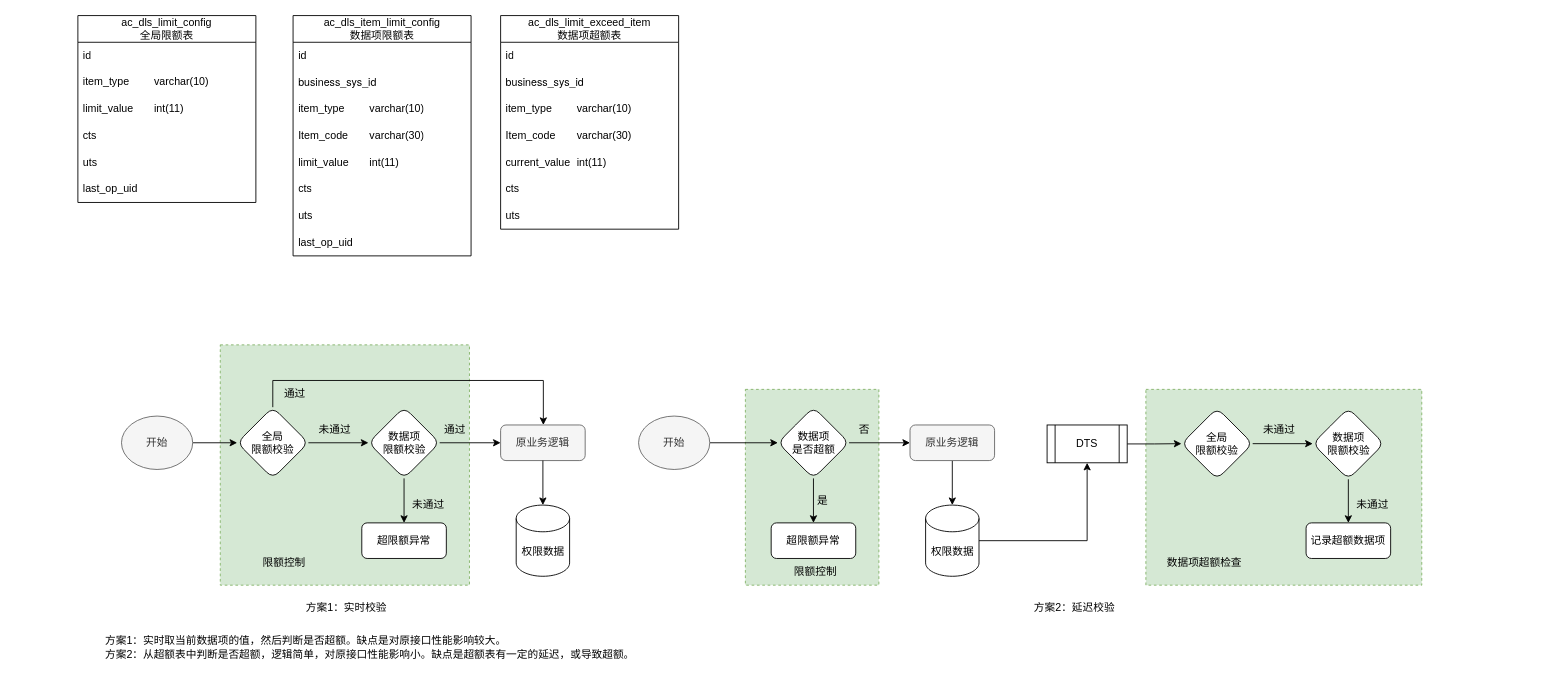
Earlier version of the draw.io diagram 限额模块.drawio (yamilinqh/spicedb). Source tidied: cells renumbered, new cells numbered last; positions are measured from the earlier drawing's top-left corner, leaving out a move shared by most shapes. Both pictures are drawn from the tidied source at 89%, with x=0, y=0 at pixel (77, 15).
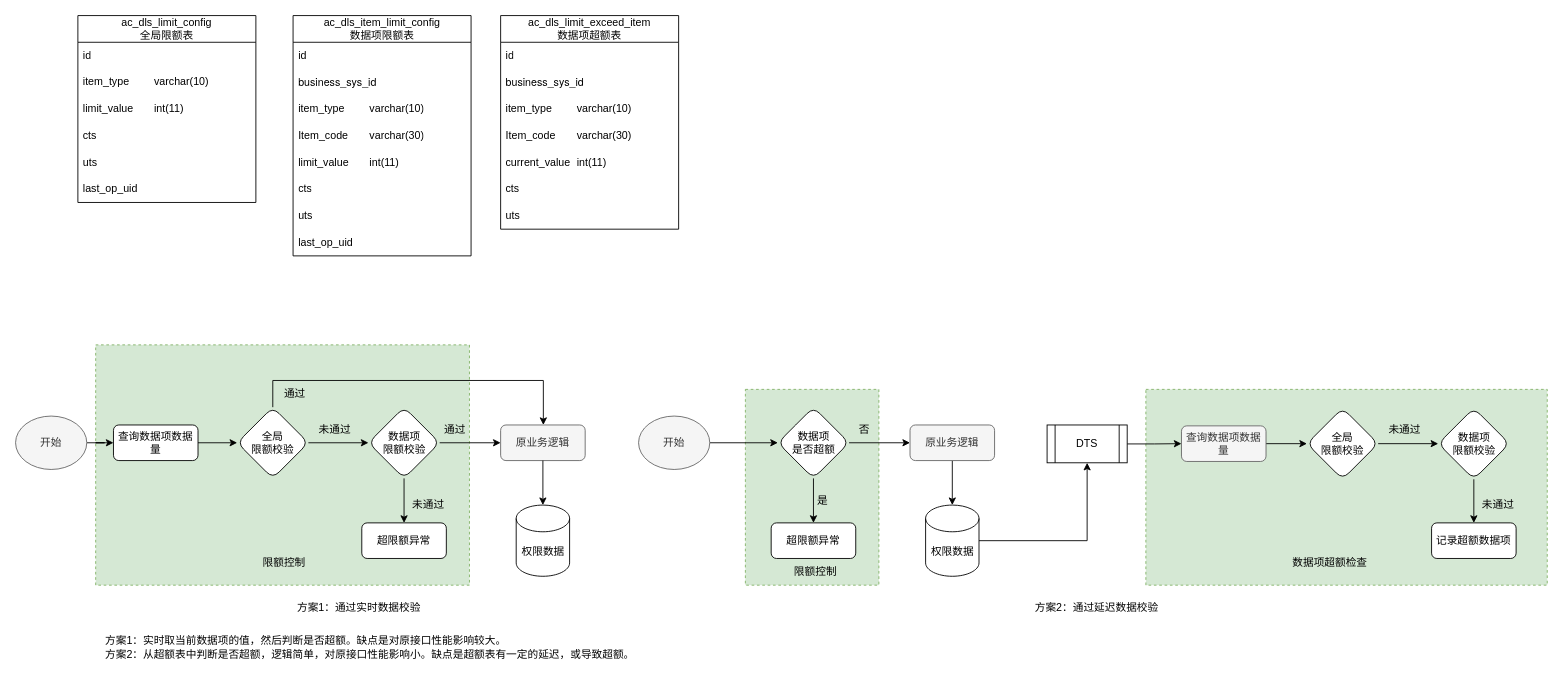
After the change.

Unchanged cells that the change refers to:
```xml
<mxCell id="22" value="全局&lt;br&gt;限额校验" style="rhombus;whiteSpace=wrap;html=1;rounded=1;" parent="1" vertex="1">
  <mxGeometry x="179" y="440" width="80" height="80" as="geometry" />
</mxCell>
<mxCell id="60" value="DTS" style="shape=process;whiteSpace=wrap;html=1;backgroundOutline=1;" parent="1" vertex="1">
  <mxGeometry x="1089" y="460" width="90" height="42.5" as="geometry" />
</mxCell>
```

What changed in the source:
```diff
@@
     <mxCell id="2" style="rounded=0;whiteSpace=wrap;html=1;dashed=1;fillColor=#d5e8d4;strokeColor=#82b366;" parent="1" vertex="1">
-      <mxGeometry x="1200" y="420" width="310" height="220" as="geometry" />
+      <mxGeometry x="1200" y="420" width="451" height="220" as="geometry" />
     </mxCell>
     <mxCell id="3" style="rounded=0;whiteSpace=wrap;html=1;dashed=1;fillColor=#d5e8d4;strokeColor=#82b366;" parent="1" vertex="1">
-      <mxGeometry x="160" y="370" width="280" height="270" as="geometry" />
+      <mxGeometry x="20" y="370" width="420" height="270" as="geometry" />
     </mxCell>
@@
-    <mxCell id="32" style="edgeStyle=orthogonalEdgeStyle;rounded=0;jettySize=auto;html=1;" parent="1" edge="1" source="33" target="22">
+    <mxCell id="32" style="edgeStyle=orthogonalEdgeStyle;rounded=0;jettySize=auto;html=1;" parent="1" edge="1" source="33" target="74">
       <mxGeometry relative="1" as="geometry" />
     </mxCell>
     <mxCell id="33" value="开始" style="ellipse;whiteSpace=wrap;html=1;fillColor=#f5f5f5;strokeColor=#666666;fontColor=#333333;" parent="1" vertex="1">
-      <mxGeometry x="49" y="450" width="80" height="60" as="geometry" />
+      <mxGeometry x="-70" y="450" width="80" height="60" as="geometry" />
     </mxCell>
@@
-    <mxCell id="54" value="方案1：实时校验" style="text;html=1;align=center;verticalAlign=middle;whiteSpace=wrap;rounded=0;" parent="1" vertex="1">
-      <mxGeometry x="241.8" y="650" width="120" height="30" as="geometry" />
+    <mxCell id="54" value="方案1：通过实时数据校验" style="text;html=1;align=center;verticalAlign=middle;whiteSpace=wrap;rounded=0;" parent="1" vertex="1">
+      <mxGeometry x="241.8" y="650" width="148.2" height="30" as="geometry" />
     </mxCell>
-    <mxCell id="55" value="方案2：延迟校验" style="text;html=1;align=center;verticalAlign=middle;whiteSpace=wrap;rounded=0;" parent="1" vertex="1">
-      <mxGeometry x="1060" y="650" width="120" height="30" as="geometry" />
+    <mxCell id="55" value="方案2：通过延迟数据校验" style="text;html=1;align=center;verticalAlign=middle;whiteSpace=wrap;rounded=0;" parent="1" vertex="1">
+      <mxGeometry x="1060" y="650" width="170" height="30" as="geometry" />
     </mxCell>
@@
-    <mxCell id="59" style="edgeStyle=orthogonalEdgeStyle;rounded=0;jettySize=auto;html=1;" parent="1" edge="1" source="60" target="66">
+    <mxCell id="59" style="edgeStyle=orthogonalEdgeStyle;rounded=0;jettySize=auto;html=1;" parent="1" edge="1" source="75" target="66">
       <mxGeometry relative="1" as="geometry" />
     </mxCell>
+    <mxCell id="72" style="edgeStyle=orthogonalEdgeStyle;rounded=0;jettySize=auto;html=1;" parent="1" edge="1" source="60" target="75">
+      <mxGeometry relative="1" as="geometry" />
+    </mxCell>
@@
     <mxCell id="62" value="数据项超额检查" style="text;html=1;align=center;verticalAlign=middle;whiteSpace=wrap;rounded=0;" parent="1" vertex="1">
-      <mxGeometry x="1221" y="600" width="90" height="30" as="geometry" />
+      <mxGeometry x="1362" y="600" width="90" height="30" as="geometry" />
     </mxCell>
@@
     <mxCell id="66" value="全局&lt;br&gt;限额校验" style="rhombus;whiteSpace=wrap;html=1;rounded=1;" parent="1" vertex="1">
-      <mxGeometry x="1240" y="441" width="80" height="80" as="geometry" />
+      <mxGeometry x="1381" y="441" width="80" height="80" as="geometry" />
     </mxCell>
@@
     <mxCell id="68" value="数据项&lt;br&gt;限额校验" style="rhombus;whiteSpace=wrap;html=1;rounded=1;" parent="1" vertex="1">
-      <mxGeometry x="1387.5" y="441" width="80" height="80" as="geometry" />
+      <mxGeometry x="1528.5" y="441" width="80" height="80" as="geometry" />
     </mxCell>
     <mxCell id="69" value="记录超额数据项" style="whiteSpace=wrap;html=1;rounded=1;" parent="1" vertex="1">
-      <mxGeometry x="1380" y="570" width="95" height="40" as="geometry" />
+      <mxGeometry x="1521" y="570" width="95" height="40" as="geometry" />
     </mxCell>
     <mxCell id="70" value="未通过" style="text;html=1;align=center;verticalAlign=middle;whiteSpace=wrap;rounded=0;" parent="1" vertex="1">
-      <mxGeometry x="1425" y="535" width="60" height="30" as="geometry" />
+      <mxGeometry x="1566" y="535" width="60" height="30" as="geometry" />
     </mxCell>
     <mxCell id="71" value="未通过" style="text;html=1;align=center;verticalAlign=middle;whiteSpace=wrap;rounded=0;" parent="1" vertex="1">
-      <mxGeometry x="1320" y="450" width="60" height="30" as="geometry" />
+      <mxGeometry x="1461" y="450" width="60" height="30" as="geometry" />
     </mxCell>
+    <mxCell id="73" style="edgeStyle=orthogonalEdgeStyle;rounded=0;jettySize=auto;html=1;" parent="1" edge="1" source="74" target="22">
+      <mxGeometry relative="1" as="geometry" />
+    </mxCell>
+    <mxCell id="74" value="查询数据项数据量" style="whiteSpace=wrap;html=1;rounded=1;" parent="1" vertex="1">
+      <mxGeometry x="40" y="460" width="95" height="40" as="geometry" />
+    </mxCell>
+    <mxCell id="75" value="查询数据项数据量" style="whiteSpace=wrap;html=1;rounded=1;fillColor=#f5f5f5;strokeColor=#666666;fontColor=#333333;" parent="1" vertex="1">
+      <mxGeometry x="1240" y="461" width="95" height="40" as="geometry" />
+    </mxCell>
```
